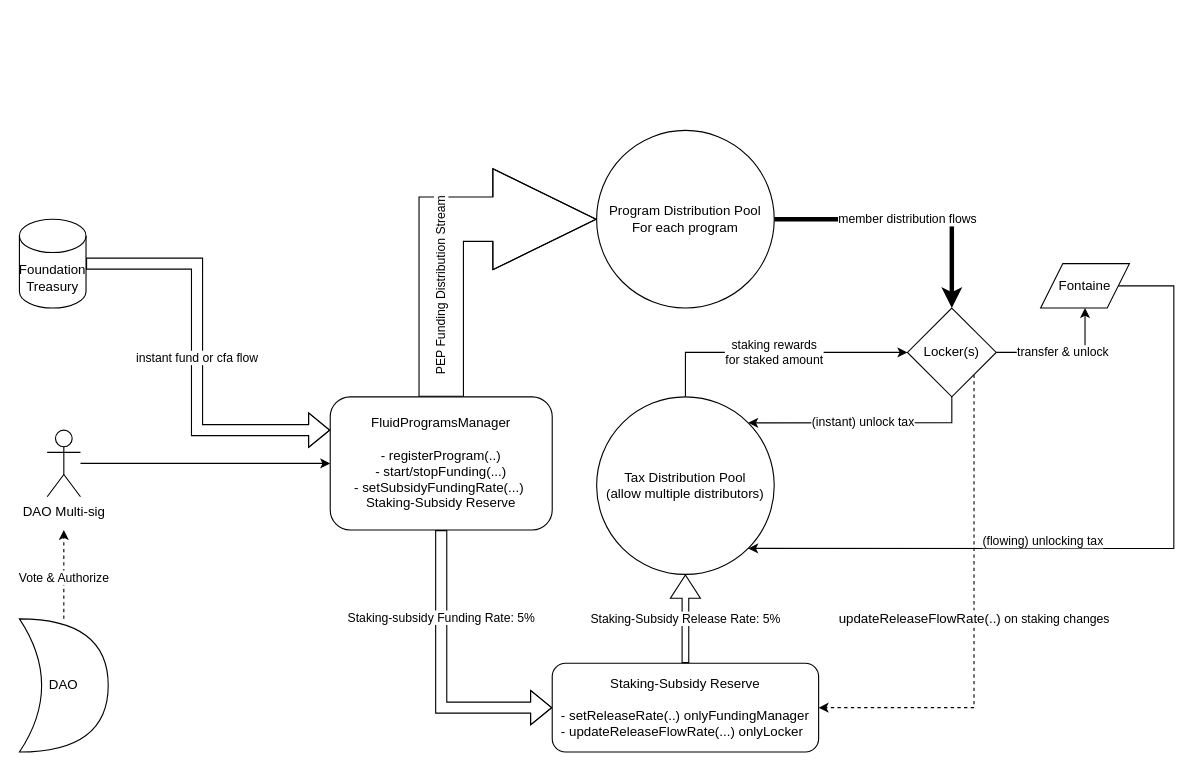
Before: docs/architecture.drawio in superfluid-org/fluid, a draw.io diagram. Source tidied: cells renumbered, new cells numbered last; positions are measured from the earlier drawing's top-left corner, leaving out a move shared by most shapes. Both pictures are drawn from the tidied source at 111%, with x=0, y=0 at pixel (19, 130).
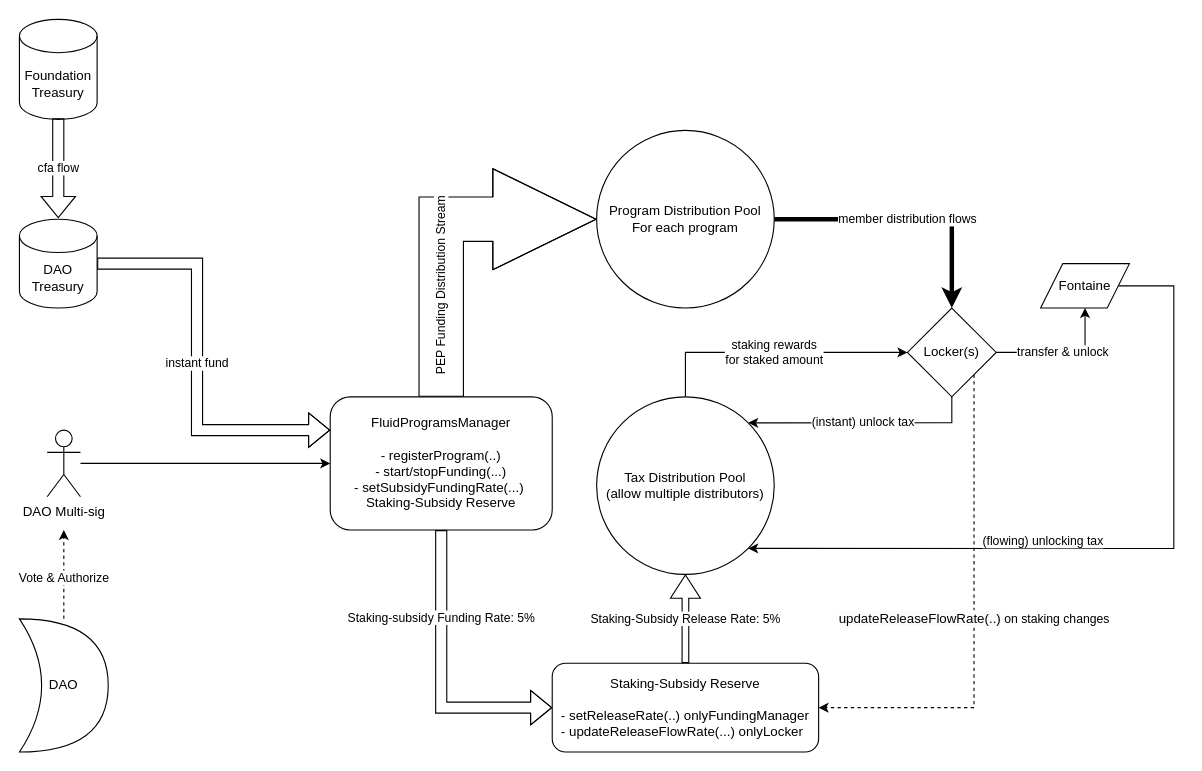
After the change.

Commit message:
docs: added Foundation Treasury

Unchanged cells that the change refers to:
```xml
<mxCell id="16" value="FluidProgramsManager&lt;br&gt;&lt;br&gt;- registerProgram(..)&lt;br&gt;- start/stopFunding(...)&lt;div&gt;- setSubsidyFundingRate(...)&amp;nbsp;&lt;br&gt;&lt;div&gt;Staking-Subsidy Reserve&lt;/div&gt;&lt;/div&gt;" style="rounded=1;whiteSpace=wrap;html=1;" parent="1" vertex="1">
  <mxGeometry x="280" y="240" width="200" height="120" as="geometry" />
</mxCell>
```

Diff of the diagram source:
```diff
@@
-    <mxCell id="17" value="instant fund or cfa flow" style="shape=flexArrow;endArrow=classic;html=1;rounded=0;entryX=0;entryY=0.25;entryDx=0;entryDy=0;exitX=1;exitY=0.5;exitDx=0;exitDy=0;exitPerimeter=0;" parent="1" edge="1" source="20" target="16">
+    <mxCell id="17" value="instant fund" style="shape=flexArrow;endArrow=classic;html=1;rounded=0;entryX=0;entryY=0.25;entryDx=0;entryDy=0;exitX=1;exitY=0.5;exitDx=0;exitDy=0;exitPerimeter=0;" parent="1" edge="1" source="20" target="16">
       <mxGeometry relative="1" as="geometry">
         <Array as="points">
           <mxPoint x="160" y="120" />
           <mxPoint x="160" y="270" />
         </Array>
       </mxGeometry>
     </mxCell>
@@
-    <mxCell id="20" value="Foundation&lt;br&gt;Treasury" style="shape=cylinder3;whiteSpace=wrap;html=1;boundedLbl=1;backgroundOutline=1;size=15;" parent="1" vertex="1">
-      <mxGeometry y="80" width="60" height="80" as="geometry" />
+    <mxCell id="20" value="DAO Treasury" style="shape=cylinder3;whiteSpace=wrap;html=1;boundedLbl=1;backgroundOutline=1;size=15;fontStyle=0;" parent="1" vertex="1">
+      <mxGeometry y="80" width="70" height="80" as="geometry" />
     </mxCell>
@@
+    <mxCell id="23" value="Foundation Treasury" style="shape=cylinder3;whiteSpace=wrap;html=1;boundedLbl=1;backgroundOutline=1;size=15;" parent="1" vertex="1">
+      <mxGeometry y="-100" width="70" height="90" as="geometry" />
+    </mxCell>
+    <mxCell id="24" value="cfa flow" style="shape=flexArrow;endArrow=classic;html=1;rounded=0;entryX=0.5;entryY=0;entryDx=0;entryDy=0;exitX=0.5;exitY=1;exitDx=0;exitDy=0;exitPerimeter=0;entryPerimeter=0;" parent="1" edge="1">
+      <mxGeometry relative="1" as="geometry">
+        <mxPoint x="35" y="-11" as="sourcePoint" />
+        <mxPoint x="35" y="79" as="targetPoint" />
+      </mxGeometry>
+    </mxCell>
```
